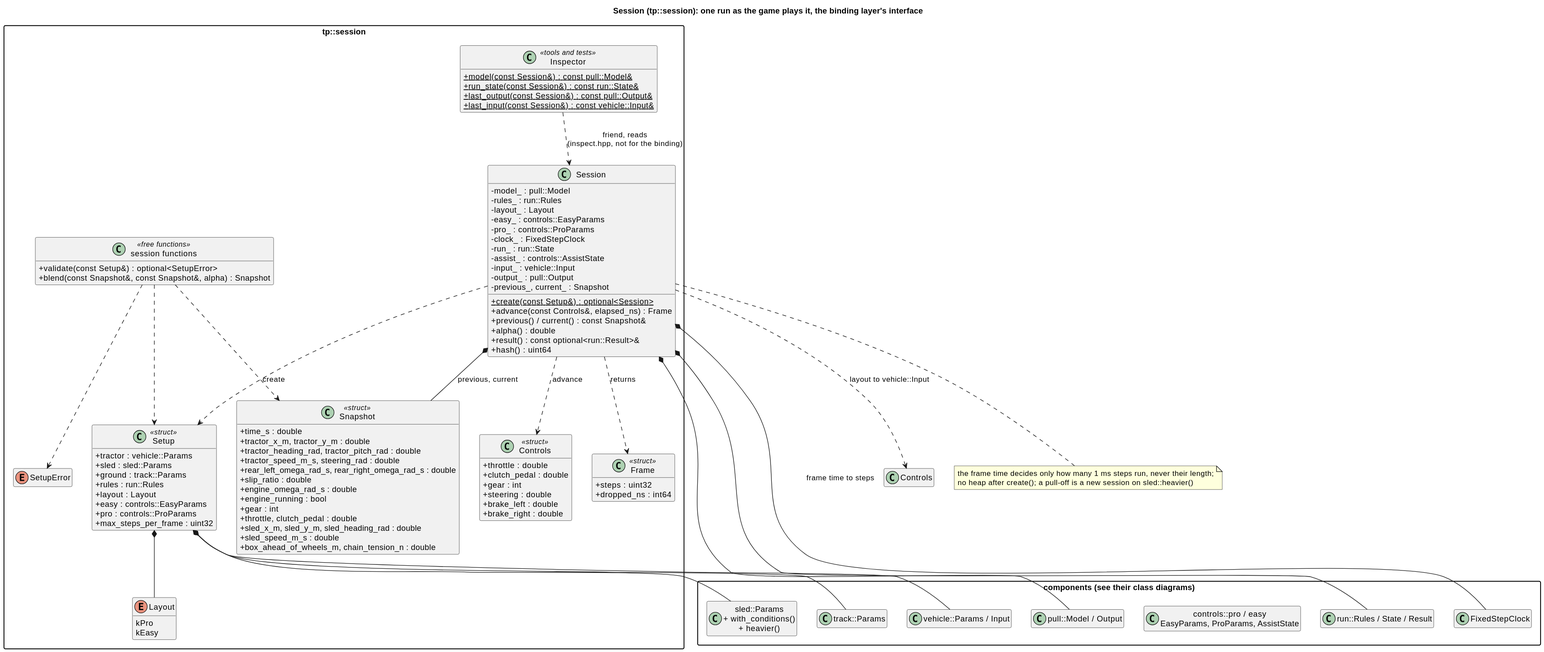
The PlantUML diagram docs/diagrams/svg/session_classes.svg in wversteeg/TractorPulling, before a commit.
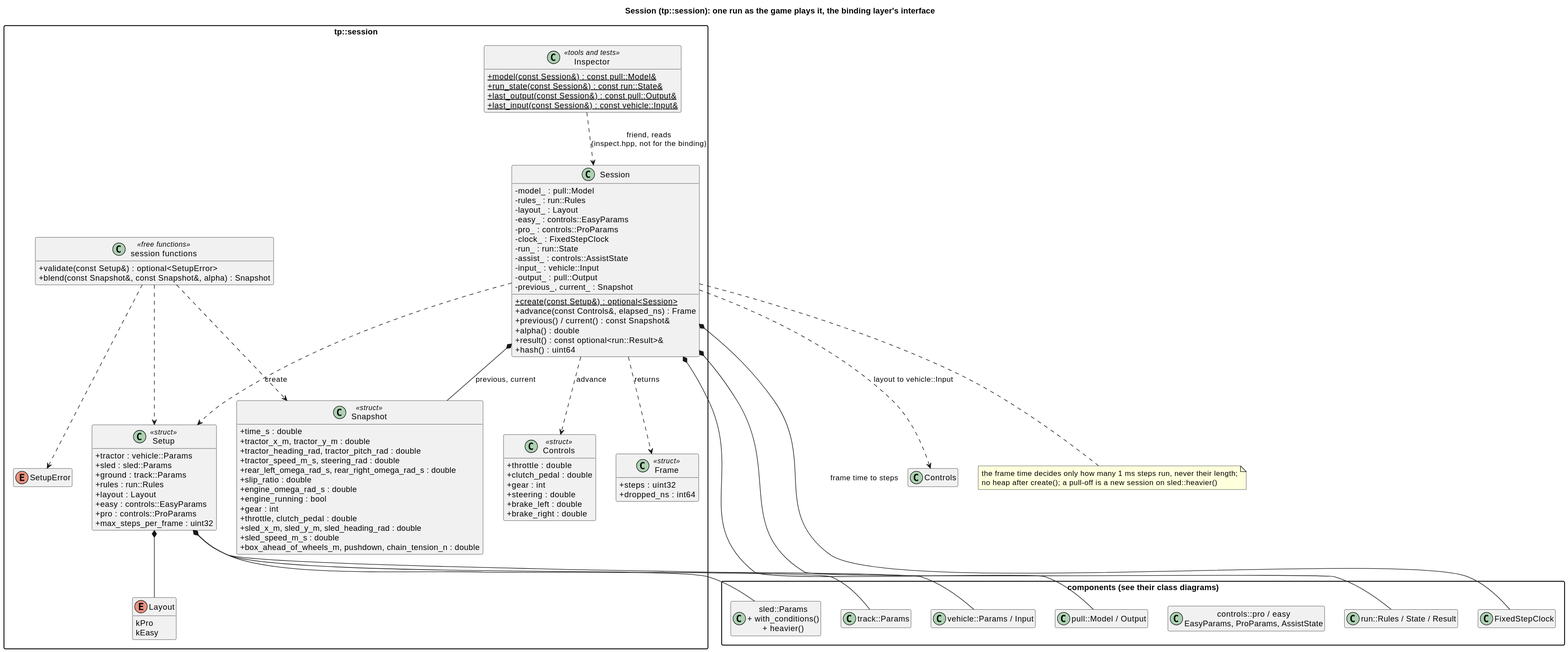
Later version of the same file.

Change to the diagram source:
```diff
@@ -51,7 +51,7 @@
     +throttle, clutch_pedal : double
     +sled_x_m, sled_y_m, sled_heading_rad : double
     +sled_speed_m_s : double
-    +box_ahead_of_wheels_m, chain_tension_n : double
+    +box_ahead_of_wheels_m, pushdown, chain_tension_n : double
   }
   class Frame <<struct>> {
     +steps : uint32
```
